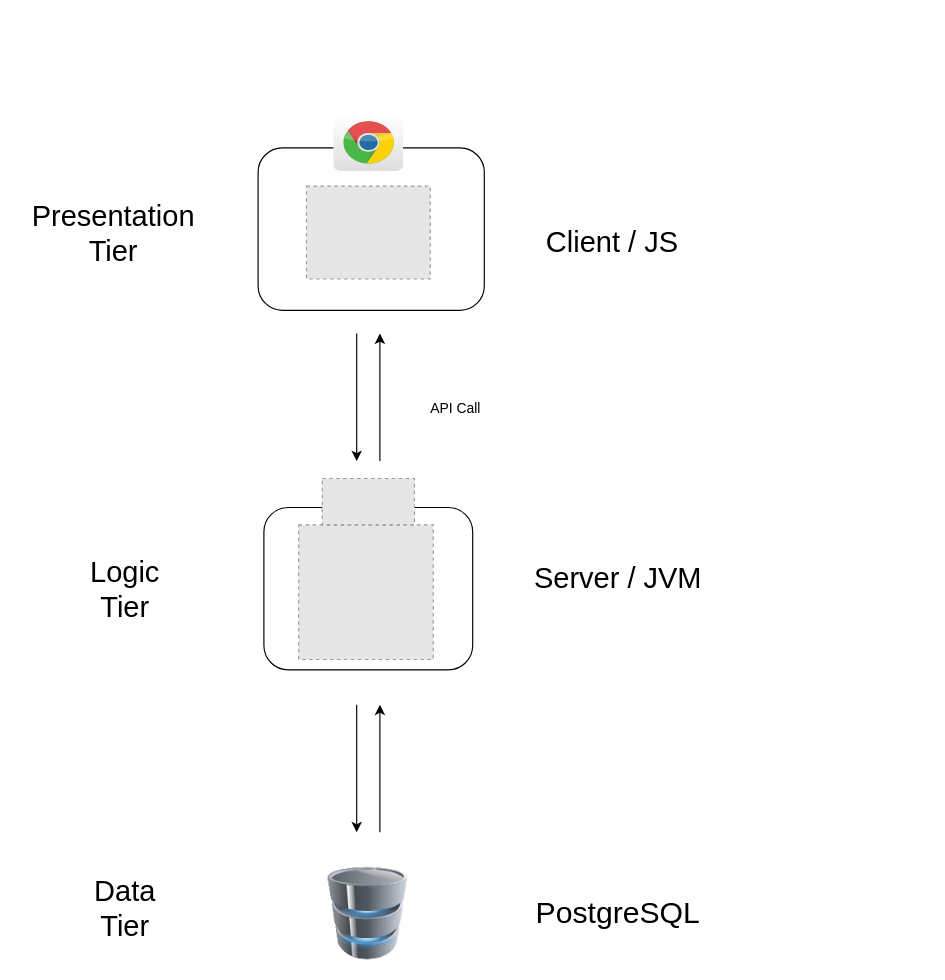
The draw.io diagram images/runtime-stack.drawio in cheleb/scalaio-fullstack, before the edit. Source tidied: cells renumbered, new cells numbered last; positions are measured from the earlier drawing's top-left corner, leaving out a move shared by most shapes. Both pictures are drawn from the tidied source at 116%, with x=0, y=0 at pixel (20, 113). Pictures stored in the file or linked from it are replaced by grey dashed boxes.
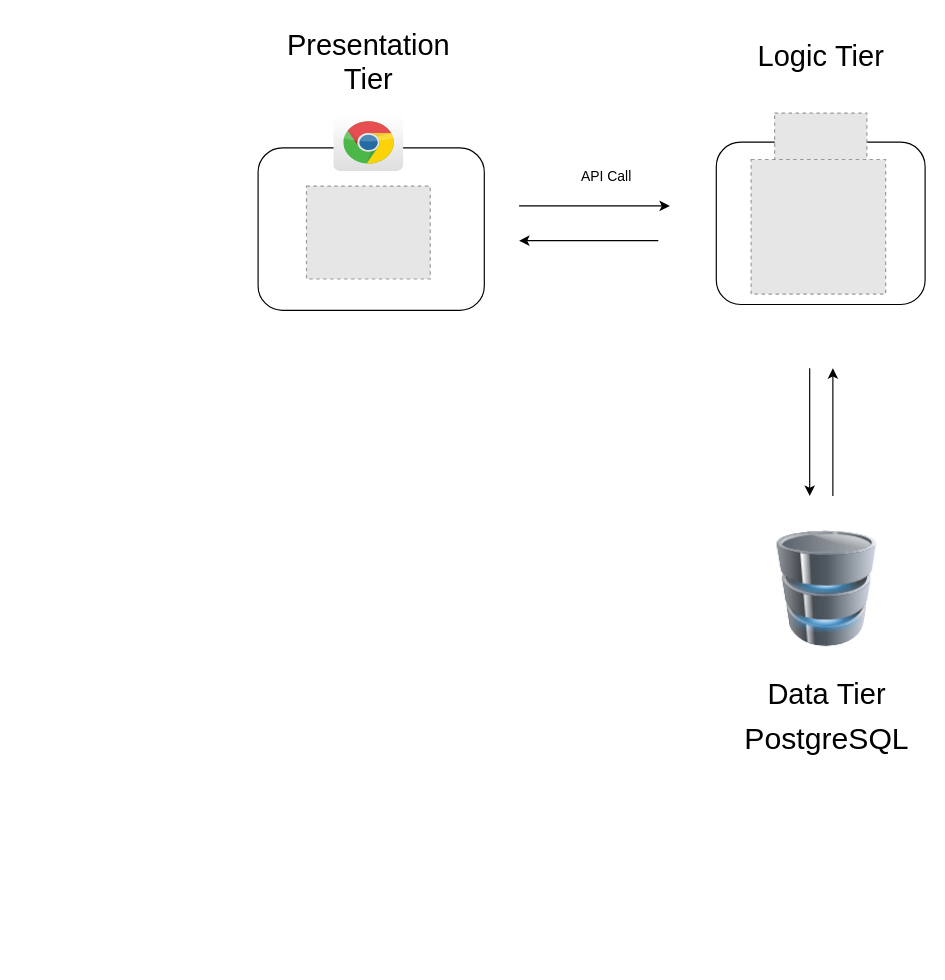
After the change.

Commit message (it also covers changes not shown here):
Fix typos and improve clarity in Tapir client documentation; update architecture diagram in '01_why.md'

The edit, as a diff of the source:
```diff
@@
     <mxCell id="3" style="rounded=1;whiteSpace=wrap;html=1;align=right;labelPosition=left;verticalLabelPosition=top;verticalAlign=bottom;strokeColor=default;fontFamily=Helvetica;fontSize=12;fontColor=default;fillColor=default;" parent="1" vertex="1">
-      <mxGeometry x="210" y="340" width="180" height="140" as="geometry" />
+      <mxGeometry x="600" y="25" width="180" height="140" as="geometry" />
     </mxCell>
     <mxCell id="4" style="image;html=1;image=img/lib/clip_art/computers/Database_128x128.png;" parent="1" vertex="1">
-      <mxGeometry x="259.8" y="650" width="80" height="80" as="geometry" />
+      <mxGeometry x="650.3" y="360" width="90.3" height="100" as="geometry" />
     </mxCell>
@@
     <mxCell id="6" value="&lt;font style=&quot;font-size: 26px;&quot;&gt;PostgreSQL&lt;/font&gt;" style="text;html=1;align=center;verticalAlign=middle;strokeColor=none;fillColor=none;" parent="1" vertex="1">
-      <mxGeometry x="430" y="670" width="170" height="40" as="geometry" />
+      <mxGeometry x="610.4" y="520" width="170" height="40" as="geometry" />
     </mxCell>
     <mxCell id="7" style="endArrow=classic;html=1;rounded=0;" parent="1" edge="1">
       <mxGeometry relative="1" as="geometry">
-        <mxPoint x="310" y="620" as="sourcePoint" />
-        <mxPoint x="310" y="510" as="targetPoint" />
+        <mxPoint x="700.5" y="330" as="sourcePoint" />
+        <mxPoint x="700.5" y="220" as="targetPoint" />
       </mxGeometry>
     </mxCell>
     <mxCell id="8" style="endArrow=classic;html=1;rounded=0;" parent="1" edge="1">
       <mxGeometry relative="1" as="geometry">
-        <mxPoint x="290" y="510" as="sourcePoint" />
-        <mxPoint x="290" y="620" as="targetPoint" />
+        <mxPoint x="680.5" y="220" as="sourcePoint" />
+        <mxPoint x="680.5" y="330" as="targetPoint" />
       </mxGeometry>
     </mxCell>
     <mxCell id="9" style="endArrow=classic;html=1;rounded=0;" parent="1" edge="1">
       <mxGeometry relative="1" as="geometry">
-        <mxPoint x="310" y="300" as="sourcePoint" />
-        <mxPoint x="310" y="190" as="targetPoint" />
+        <mxPoint x="550" y="110" as="sourcePoint" />
+        <mxPoint x="430" y="110" as="targetPoint" />
       </mxGeometry>
     </mxCell>
     <mxCell id="10" style="endArrow=classic;html=1;rounded=0;" parent="1" edge="1">
       <mxGeometry relative="1" as="geometry">
-        <mxPoint x="290" y="190" as="sourcePoint" />
-        <mxPoint x="290" y="300" as="targetPoint" />
+        <mxPoint x="430" y="80" as="sourcePoint" />
+        <mxPoint x="560" y="80" as="targetPoint" />
       </mxGeometry>
     </mxCell>
     <mxCell id="11" value="API Call" style="text;html=1;align=center;verticalAlign=middle;strokeColor=none;fillColor=none;" parent="1" vertex="1">
-      <mxGeometry x="339.8" y="240" width="70" height="30" as="geometry" />
+      <mxGeometry x="470" y="40" width="70" height="30" as="geometry" />
     </mxCell>
     <mxCell id="12" style="fillColor=#E6E6E6;strokeColor=#999999;dashed=1;verticalLabelPosition=bottom;labelBackgroundColor=default;verticalAlign=top;" parent="1" vertex="1">
-      <mxGeometry x="240" y="355" width="116" height="116" as="geometry" />
+      <mxGeometry x="630" y="40" width="116" height="116" as="geometry" />
     </mxCell>
-    <mxCell id="13" value="&lt;font style=&quot;font-size: 25px;&quot;&gt;Server / JVM&lt;/font&gt;" style="text;html=1;align=center;verticalAlign=middle;strokeColor=none;fillColor=none;" parent="1" vertex="1">
-      <mxGeometry x="430" y="380" width="170" height="40" as="geometry" />
-    </mxCell>
-    <mxCell id="14" value="&lt;font style=&quot;font-size: 25px;&quot;&gt;Client / JS&lt;/font&gt;" style="text;html=1;align=center;verticalAlign=middle;strokeColor=none;fillColor=none;" parent="1" vertex="1">
-      <mxGeometry x="440" y="90" width="140" height="40" as="geometry" />
-    </mxCell>
     <mxCell id="15" style="fillColor=#E6E6E6;strokeColor=#999999;dashed=1;" parent="1" vertex="1">
-      <mxGeometry x="260.3" y="315" width="79.5" height="40" as="geometry" />
+      <mxGeometry x="650.3" width="79.5" height="40" as="geometry" />
     </mxCell>
@@
     <mxCell id="17" value="&lt;font style=&quot;font-size: 25px;&quot;&gt;Presentation&lt;/font&gt;&lt;div&gt;&lt;font style=&quot;font-size: 25px;&quot;&gt;Tier&lt;/font&gt;&lt;/div&gt;" style="text;html=1;align=center;verticalAlign=middle;strokeColor=none;fillColor=none;" parent="1" vertex="1">
-      <mxGeometry y="68" width="160" height="70" as="geometry" />
+      <mxGeometry x="220" y="-80" width="160" height="70" as="geometry" />
     </mxCell>
-    <mxCell id="18" value="&lt;div&gt;&lt;font style=&quot;font-size: 25px;&quot;&gt;Logic&lt;br&gt;Tier&lt;/font&gt;&lt;/div&gt;" style="text;html=1;align=center;verticalAlign=middle;strokeColor=none;fillColor=none;" parent="1" vertex="1">
-      <mxGeometry x="50" y="375" width="80" height="70" as="geometry" />
+    <mxCell id="18" value="&lt;div&gt;&lt;font style=&quot;font-size: 25px;&quot;&gt;Logic&amp;nbsp;Tier&lt;/font&gt;&lt;/div&gt;" style="text;html=1;align=center;verticalAlign=middle;strokeColor=none;fillColor=none;" parent="1" vertex="1">
+      <mxGeometry x="625" y="-70" width="130" height="40" as="geometry" />
     </mxCell>
-    <mxCell id="19" value="&lt;font style=&quot;font-size: 25px;&quot;&gt;Data&lt;/font&gt;&lt;div&gt;&lt;font style=&quot;font-size: 25px;&quot;&gt;Tier&lt;/font&gt;&lt;/div&gt;" style="text;html=1;align=center;verticalAlign=middle;strokeColor=none;fillColor=none;" parent="1" vertex="1">
-      <mxGeometry x="50" y="650" width="80" height="70" as="geometry" />
+    <mxCell id="19" value="&lt;font style=&quot;font-size: 25px;&quot;&gt;Data&amp;nbsp;&lt;/font&gt;&lt;span style=&quot;font-size: 25px; background-color: initial;&quot;&gt;Tier&lt;/span&gt;" style="text;html=1;align=center;verticalAlign=middle;strokeColor=none;fillColor=none;" parent="1" vertex="1">
+      <mxGeometry x="630" y="480" width="130" height="40" as="geometry" />
     </mxCell>
```
